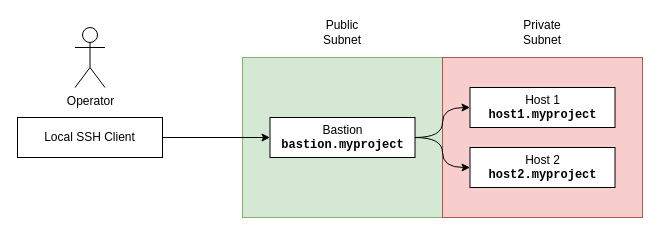
Earlier version of the draw.io diagram docs/06-advanced-techniques/31-the-secure-shell/diagrams/bastion-example.drawio (dwmkerr/effective-shell). Source tidied: cells renumbered, new cells numbered last; positions are measured from the earlier drawing's top-left corner, leaving out a move shared by most shapes. Both pictures are drawn from the tidied source at 100%, with x=0, y=0 at pixel (17, 17).
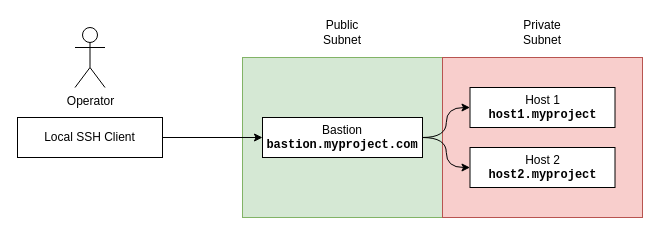
Above is the later version.

What changed in the source:
```diff
@@
 <mxGraphModel>
   <root>
     <mxCell id="0" />
     <mxCell id="1" parent="0" />
     <mxCell id="2" style="rounded=0;whiteSpace=wrap;html=1;fillColor=#d5e8d4;strokeColor=#82b366;" parent="1" vertex="1">
       <mxGeometry x="225" y="40" width="200" height="160" as="geometry" />
     </mxCell>
     <mxCell id="3" value="Public Subnet" style="text;html=1;strokeColor=none;fillColor=none;align=center;verticalAlign=middle;whiteSpace=wrap;rounded=0;" parent="1" vertex="1">
       <mxGeometry x="295" width="60" height="30" as="geometry" />
     </mxCell>
     <mxCell id="4" style="rounded=0;whiteSpace=wrap;html=1;fillColor=#f8cecc;strokeColor=#b85450;" parent="1" vertex="1">
       <mxGeometry x="425" y="40" width="200" height="160" as="geometry" />
     </mxCell>
     <mxCell id="5" value="Private Subnet" style="text;html=1;strokeColor=none;fillColor=none;align=center;verticalAlign=middle;whiteSpace=wrap;rounded=0;" parent="1" vertex="1">
       <mxGeometry x="495" width="60" height="30" as="geometry" />
     </mxCell>
     <mxCell id="6" value="Operator" style="shape=umlActor;verticalLabelPosition=bottom;verticalAlign=top;html=1;" parent="1" vertex="1">
       <mxGeometry x="57.5" y="10" width="30" height="60" as="geometry" />
     </mxCell>
     <mxCell id="7" style="edgeStyle=orthogonalEdgeStyle;rounded=0;jettySize=auto;html=1;entryX=0;entryY=0.5;entryDx=0;entryDy=0;fontFamily=Courier New;" parent="1" edge="1" source="8" target="11">
       <mxGeometry relative="1" as="geometry" />
     </mxCell>
     <mxCell id="8" value="Local SSH Client" style="rounded=0;whiteSpace=wrap;html=1;" parent="1" vertex="1">
       <mxGeometry y="100" width="145" height="40" as="geometry" />
     </mxCell>
     <mxCell id="9" style="edgeStyle=orthogonalEdgeStyle;rounded=0;jettySize=auto;html=1;fontFamily=Courier New;curved=1;" parent="1" edge="1" source="11" target="12">
       <mxGeometry relative="1" as="geometry" />
     </mxCell>
     <mxCell id="10" style="edgeStyle=orthogonalEdgeStyle;curved=1;rounded=0;jettySize=auto;html=1;fontFamily=Courier New;" parent="1" edge="1" source="11" target="13">
       <mxGeometry relative="1" as="geometry" />
     </mxCell>
-    <mxCell id="11" value="Bastion&lt;br&gt;&lt;font face=&quot;Courier New&quot;&gt;&lt;b&gt;bastion.myproject&lt;/b&gt;&lt;/font&gt;" style="rounded=0;whiteSpace=wrap;html=1;" parent="1" vertex="1">
-      <mxGeometry x="252.5" y="100" width="145" height="40" as="geometry" />
+    <mxCell id="11" value="Bastion&lt;br&gt;&lt;font face=&quot;Courier New&quot;&gt;&lt;b&gt;bastion.myproject.com&lt;/b&gt;&lt;/font&gt;" style="rounded=0;whiteSpace=wrap;html=1;" parent="1" vertex="1">
+      <mxGeometry x="245" y="100" width="160" height="40" as="geometry" />
     </mxCell>
     <mxCell id="12" value="Host 1&lt;br&gt;&lt;b style=&quot;font-family: &amp;#34;courier new&amp;#34;&quot;&gt;host1.myproject&lt;/b&gt;" style="rounded=0;whiteSpace=wrap;html=1;" parent="1" vertex="1">
       <mxGeometry x="452.5" y="70" width="145" height="40" as="geometry" />
     </mxCell>
     <mxCell id="13" value="Host 2&lt;br&gt;&lt;font face=&quot;Courier New&quot;&gt;&lt;b&gt;host2.myproject&lt;/b&gt;&lt;/font&gt;" style="rounded=0;whiteSpace=wrap;html=1;" parent="1" vertex="1">
       <mxGeometry x="452.5" y="130" width="145" height="40" as="geometry" />
     </mxCell>
   </root>
 </mxGraphModel>
```
